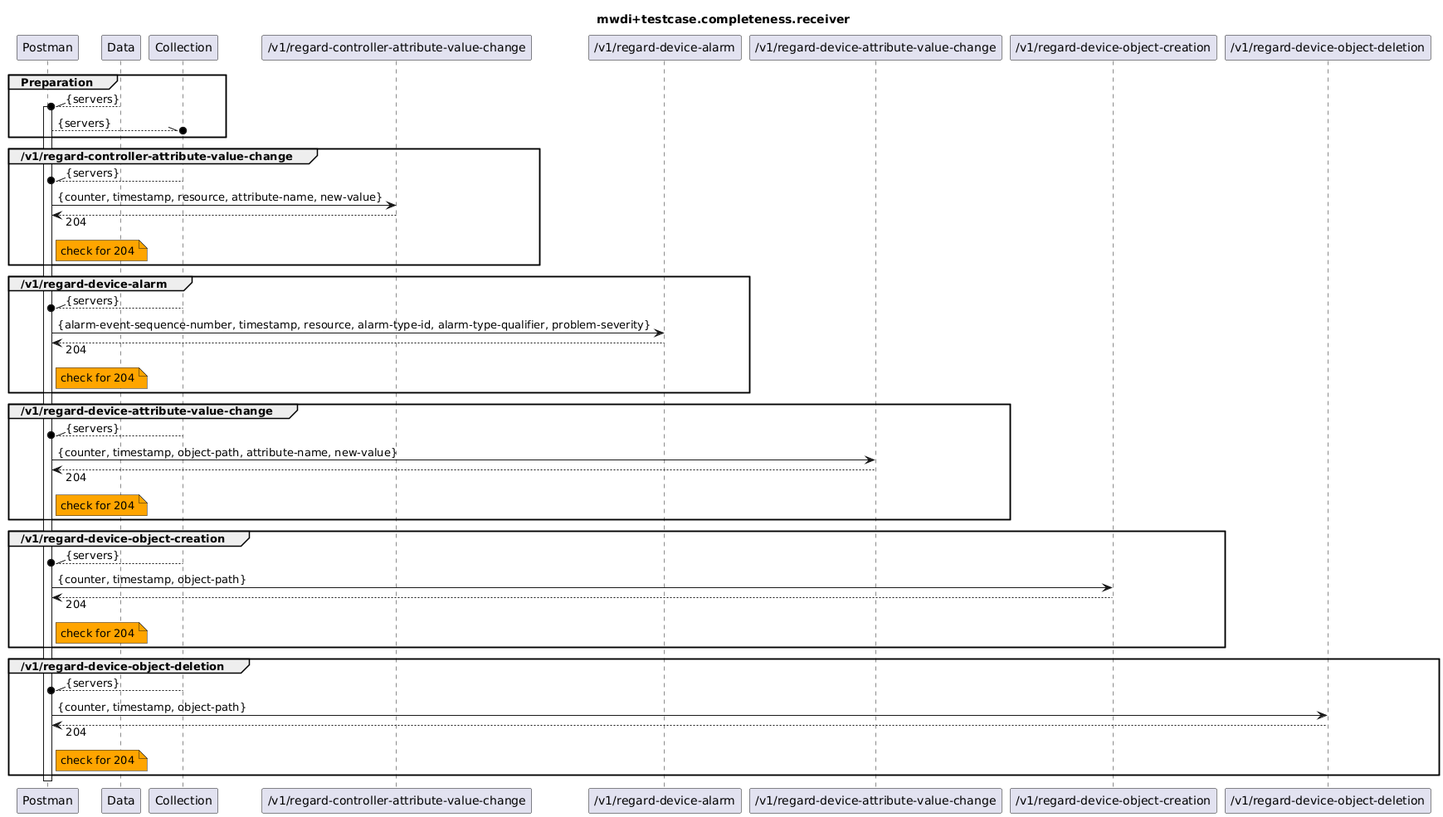
openBackhaul/MicroWaveDeviceInventory keeps this PlantUML diagram as testing/2_functional/completeness/v1.2.2/Receiver/mwdi+diagram.completeness.receiver.png. Above is the earlier version.
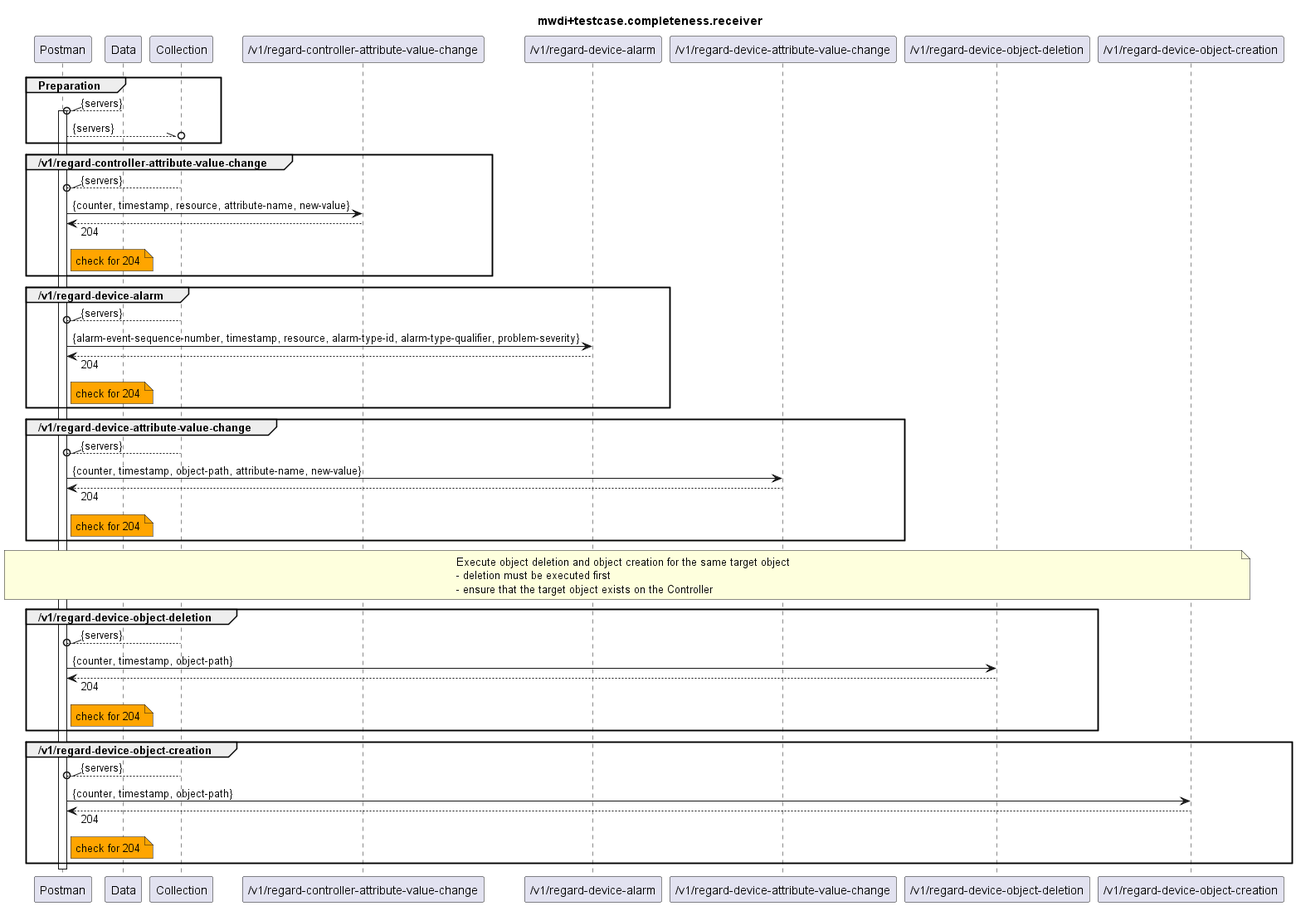
Above is the later version.

What changed in the source:
```diff
@@ -1,4 +1,4 @@
-@startuml
+@startuml mwdi+diagram.completeness.receiver
 skinparam responseMessageBelowArrow true
 
 title
@@ -12,8 +12,8 @@
 participant "/v1/regard-controller-attribute-value-change" as RCAVC
 participant "/v1/regard-device-alarm" as RDA
 participant "/v1/regard-device-attribute-value-change" as RDAVC
+participant "/v1/regard-device-object-deletion" as RDOD
 participant "/v1/regard-device-object-creation" as RDOC
-participant "/v1/regard-device-object-deletion" as RDOD
 
 group Preparation
   Data --\\o Postman : {servers}
@@ -48,14 +48,11 @@
   end note
 end
 
-group /v1/regard-device-object-creation
-  Collection --\\o Postman : {servers}
-  Postman -> RDOC : {counter, timestamp, object-path}
-  Postman <-- RDOC : 204
-  note right Postman #Orange
-    check for 204
-  end note
-end
+note over Postman, RDOC
+  Execute object deletion and object creation for the same target object
+  - deletion must be executed first
+  - ensure that the target object exists on the Controller
+end note
 
 group /v1/regard-device-object-deletion
   Collection --\\o Postman : {servers}
@@ -66,5 +63,15 @@
   end note
 end
 
+group /v1/regard-device-object-creation
+  Collection --\\o Postman : {servers}
+  Postman -> RDOC : {counter, timestamp, object-path}
+  Postman <-- RDOC : 204
+  note right Postman #Orange
+    check for 204
+  end note
+end
+
 deactivate Postman
+
 @enduml
```
